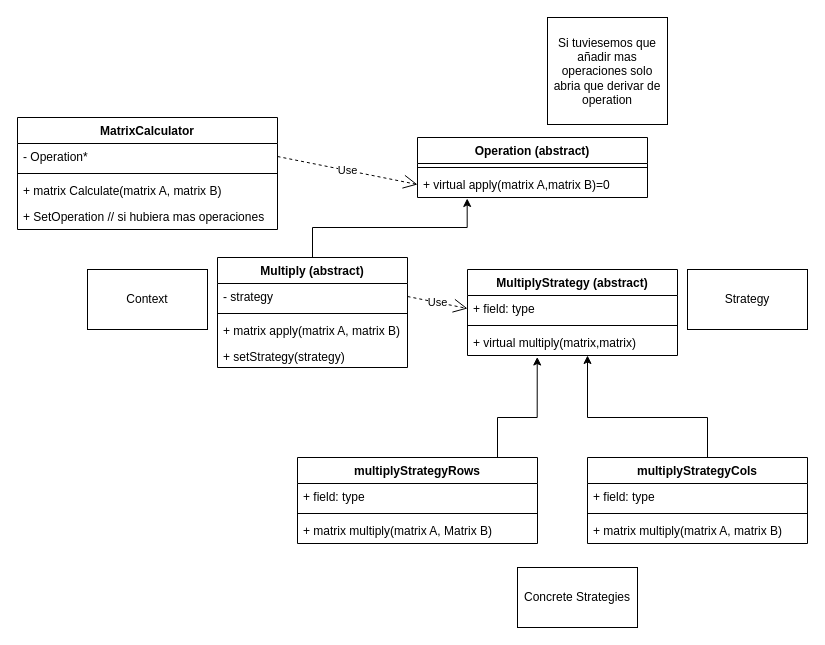
Above: matrixCalculatorStrategyPattern.drawio in AaronJoseCabreraMartin/DAA1-MatrixMultiplication (draw.io), before the change. Source tidied: cells renumbered, new cells numbered last; positions are measured from the earlier drawing's top-left corner, leaving out a move shared by most shapes. Both pictures are drawn from the tidied source at 100%, with x=0, y=0 at pixel (17, 17).
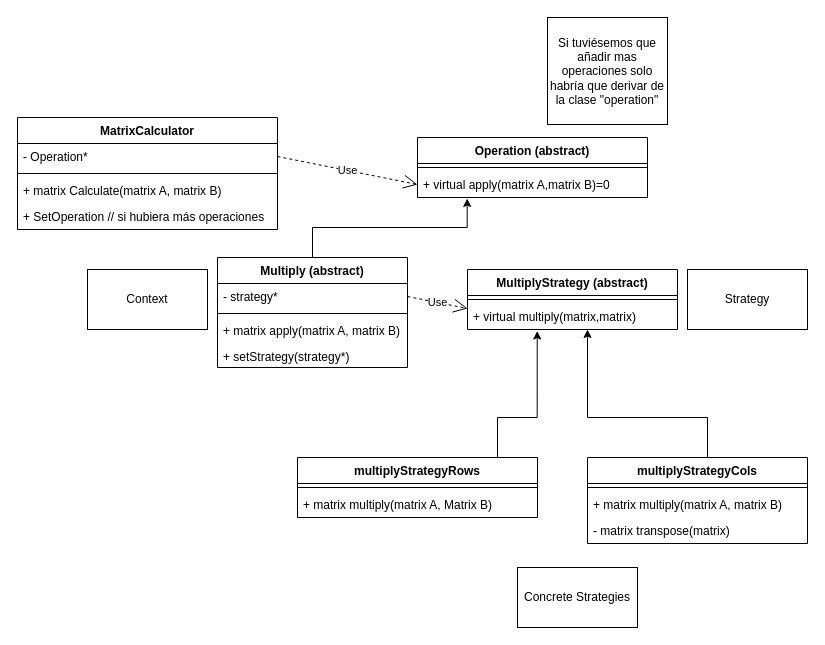
After the change.

Unchanged cells that the change refers to:
```xml
<mxCell id="2" value="MatrixCalculator" style="swimlane;fontStyle=1;align=center;verticalAlign=top;horizontal=1;startSize=26;" parent="1" vertex="1">
  <mxGeometry y="100" width="260" height="112" as="geometry" />
</mxCell>
<mxCell id="11" value="Multiply (abstract)" style="swimlane;fontStyle=1;align=center;verticalAlign=top;horizontal=1;startSize=26;" parent="1" vertex="1">
  <mxGeometry x="200" y="240" width="190" height="110" as="geometry" />
</mxCell>
<mxCell id="22" value="multiplyStrategyCols" style="swimlane;fontStyle=1;align=center;verticalAlign=top;horizontal=1;startSize=26;" parent="1" vertex="1">
  <mxGeometry x="570" y="440" width="220" height="86" as="geometry" />
</mxCell>
```

Diff of the diagram source:
```diff
@@
-    <mxCell id="6" value="+ SetOperation // si hubiera mas operaciones" style="text;strokeColor=none;fillColor=none;align=left;verticalAlign=top;spacingLeft=4;spacingRight=4;overflow=hidden;" parent="2" vertex="1">
+    <mxCell id="6" value="+ SetOperation // si hubiera más operaciones" style="text;strokeColor=none;fillColor=none;align=left;verticalAlign=top;spacingLeft=4;spacingRight=4;overflow=hidden;" parent="2" vertex="1">
       <mxGeometry y="86" width="260" height="26" as="geometry" />
     </mxCell>
@@
-    <mxCell id="12" value="- strategy" style="text;strokeColor=none;fillColor=none;align=left;verticalAlign=top;spacingLeft=4;spacingRight=4;overflow=hidden;points=[[0,0.5],[1,0.5]];portConstraint=eastwest;" parent="11" vertex="1">
+    <mxCell id="12" value="- strategy*" style="text;strokeColor=none;fillColor=none;align=left;verticalAlign=top;spacingLeft=4;spacingRight=4;overflow=hidden;points=[[0,0.5],[1,0.5]];portConstraint=eastwest;" parent="11" vertex="1">
       <mxGeometry y="26" width="190" height="26" as="geometry" />
     </mxCell>
@@
-    <mxCell id="15" value="+ setStrategy(strategy)" style="text;strokeColor=none;fillColor=none;align=left;verticalAlign=top;spacingLeft=4;spacingRight=4;overflow=hidden;" parent="11" vertex="1">
+    <mxCell id="15" value="+ setStrategy(strategy*)" style="text;strokeColor=none;fillColor=none;align=left;verticalAlign=top;spacingLeft=4;spacingRight=4;overflow=hidden;" parent="11" vertex="1">
       <mxGeometry y="86" width="190" height="24" as="geometry" />
     </mxCell>
@@
     <mxCell id="17" value="multiplyStrategyRows" style="swimlane;fontStyle=1;align=center;verticalAlign=top;horizontal=1;startSize=26;" parent="1" vertex="1">
-      <mxGeometry x="280" y="440" width="240" height="86" as="geometry" />
+      <mxGeometry x="280" y="440" width="240" height="60" as="geometry" />
     </mxCell>
-    <mxCell id="18" value="+ field: type" style="text;strokeColor=none;fillColor=none;align=left;verticalAlign=top;spacingLeft=4;spacingRight=4;overflow=hidden;" parent="17" vertex="1">
-      <mxGeometry y="26" width="240" height="26" as="geometry" />
-    </mxCell>
     <mxCell id="19" style="line;strokeWidth=1;fillColor=none;align=left;verticalAlign=middle;spacingTop=-1;spacingLeft=3;spacingRight=3;labelPosition=right;" parent="17" vertex="1">
-      <mxGeometry y="52" width="240" height="8" as="geometry" />
+      <mxGeometry y="26" width="240" height="8" as="geometry" />
     </mxCell>
     <mxCell id="20" value="+ matrix multiply(matrix A, Matrix B)" style="text;strokeColor=none;fillColor=none;align=left;verticalAlign=top;spacingLeft=4;spacingRight=4;overflow=hidden;" parent="17" vertex="1">
-      <mxGeometry y="60" width="240" height="26" as="geometry" />
+      <mxGeometry y="34" width="240" height="26" as="geometry" />
     </mxCell>
@@
-    <mxCell id="23" value="+ field: type" style="text;strokeColor=none;fillColor=none;align=left;verticalAlign=top;spacingLeft=4;spacingRight=4;overflow=hidden;" parent="22" vertex="1">
-      <mxGeometry y="26" width="220" height="26" as="geometry" />
-    </mxCell>
     <mxCell id="24" style="line;strokeWidth=1;fillColor=none;align=left;verticalAlign=middle;spacingTop=-1;spacingLeft=3;spacingRight=3;labelPosition=right;" parent="22" vertex="1">
-      <mxGeometry y="52" width="220" height="8" as="geometry" />
+      <mxGeometry y="26" width="220" height="8" as="geometry" />
     </mxCell>
     <mxCell id="25" value="+ matrix multiply(matrix A, matrix B)" style="text;strokeColor=none;fillColor=none;align=left;verticalAlign=top;spacingLeft=4;spacingRight=4;overflow=hidden;" parent="22" vertex="1">
-      <mxGeometry y="60" width="220" height="26" as="geometry" />
+      <mxGeometry y="34" width="220" height="26" as="geometry" />
     </mxCell>
+    <mxCell id="36" value="- matrix transpose(matrix)" style="text;strokeColor=none;fillColor=none;align=left;verticalAlign=top;spacingLeft=4;spacingRight=4;overflow=hidden;" parent="22" vertex="1">
+      <mxGeometry y="60" width="220" height="26" as="geometry" />
+    </mxCell>
     <mxCell id="26" value="MultiplyStrategy (abstract)" style="swimlane;fontStyle=1;align=center;verticalAlign=top;horizontal=1;startSize=26;" parent="1" vertex="1">
-      <mxGeometry x="450" y="252" width="210" height="86" as="geometry" />
+      <mxGeometry x="450" y="252" width="210" height="60" as="geometry" />
     </mxCell>
-    <mxCell id="27" value="+ field: type" style="text;strokeColor=none;fillColor=none;align=left;verticalAlign=top;spacingLeft=4;spacingRight=4;overflow=hidden;points=[[0,0.5],[1,0.5]];portConstraint=eastwest;" parent="26" vertex="1">
-      <mxGeometry y="26" width="210" height="26" as="geometry" />
-    </mxCell>
     <mxCell id="28" style="line;strokeWidth=1;fillColor=none;align=left;verticalAlign=middle;spacingTop=-1;spacingLeft=3;spacingRight=3;labelPosition=right;" parent="26" vertex="1">
-      <mxGeometry y="52" width="210" height="8" as="geometry" />
+      <mxGeometry y="26" width="210" height="8" as="geometry" />
     </mxCell>
     <mxCell id="29" value="+ virtual multiply(matrix,matrix)" style="text;strokeColor=none;fillColor=none;align=left;verticalAlign=top;spacingLeft=4;spacingRight=4;overflow=hidden;points=[[0,0.5],[1,0.5]];portConstraint=eastwest;" parent="26" vertex="1">
-      <mxGeometry y="60" width="210" height="26" as="geometry" />
+      <mxGeometry y="34" width="210" height="26" as="geometry" />
     </mxCell>
@@
-    <mxCell id="33" value="Si tuviesemos que añadir mas operaciones solo abria que derivar de operation&lt;br&gt;" style="rounded=0;whiteSpace=wrap;html=1;" parent="1" vertex="1">
+    <mxCell id="33" value="Si tuviésemos que añadir mas operaciones solo habría que derivar de la clase &quot;operation&quot;" style="rounded=0;whiteSpace=wrap;html=1;" parent="1" vertex="1">
       <mxGeometry x="530" width="120" height="107" as="geometry" />
     </mxCell>
-    <mxCell id="34" value="Use" style="endArrow=open;endSize=12;dashed=1;html=1;exitX=1;exitY=0.5;exitDx=0;exitDy=0;entryX=0;entryY=0.5;entryDx=0;entryDy=0;" parent="1" edge="1" source="12" target="27">
-      <mxGeometry relative="1" as="geometry" />
+    <mxCell id="34" value="Use" style="endArrow=open;endSize=12;dashed=1;html=1;exitX=1;exitY=0.5;exitDx=0;exitDy=0;entryX=0;entryY=0.5;entryDx=0;entryDy=0;" parent="1" edge="1" source="12">
+      <mxGeometry relative="1" as="geometry">
+        <mxPoint x="450" y="291" as="targetPoint" />
+      </mxGeometry>
     </mxCell>
```
